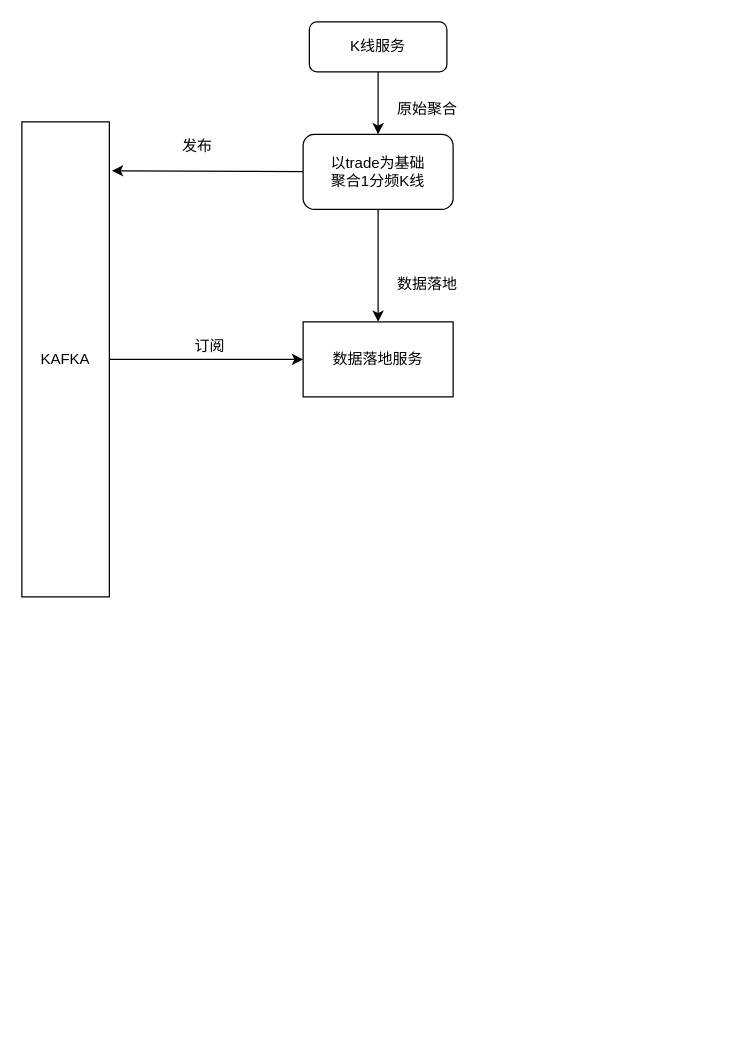
This is kline_flow.drawio from lishengze/go_market, a draw.io file, before an edit. Source tidied: cells renumbered, new cells numbered last; positions are measured from the earlier drawing's top-left corner, leaving out a move shared by most shapes. Both pictures are drawn from the tidied source at 125%, with x=0, y=0 at pixel (21, 21).
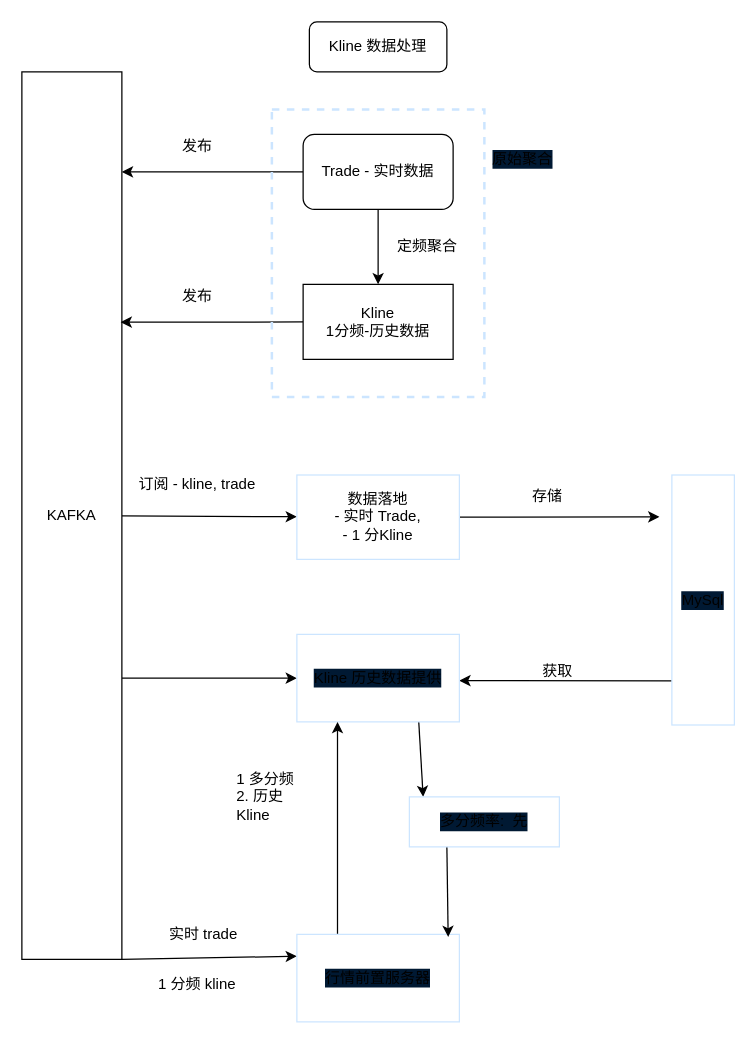
The same diagram, later.

Diff of the diagram source:
```diff
@@
-    <mxCell id="2" style="edgeStyle=none;html=1;entryX=0.5;entryY=0;entryDx=0;entryDy=0;" parent="1" edge="1" source="3" target="6">
-      <mxGeometry relative="1" as="geometry" />
-    </mxCell>
-    <mxCell id="3" value="K线服务" style="rounded=1;whiteSpace=wrap;html=1;" parent="1" vertex="1">
+    <mxCell id="3" value="Kline 数据处理" style="rounded=1;whiteSpace=wrap;html=1;" parent="1" vertex="1">
       <mxGeometry x="230" width="110" height="40" as="geometry" />
     </mxCell>
-    <mxCell id="4" style="edgeStyle=none;html=1;entryX=1.029;entryY=0.103;entryDx=0;entryDy=0;entryPerimeter=0;" parent="1" edge="1" source="6" target="9">
-      <mxGeometry relative="1" as="geometry" />
+    <mxCell id="4" style="edgeStyle=none;html=1;" parent="1" edge="1" source="6">
+      <mxGeometry relative="1" as="geometry">
+        <mxPoint x="80" y="120" as="targetPoint" />
+      </mxGeometry>
     </mxCell>
@@
-    <mxCell id="6" value="以trade为基础&lt;br&gt;聚合1分频K线" style="rounded=1;whiteSpace=wrap;html=1;" parent="1" vertex="1">
+    <mxCell id="6" value="Trade - 实时数据" style="rounded=1;whiteSpace=wrap;html=1;" parent="1" vertex="1">
       <mxGeometry x="225" y="90" width="120" height="60" as="geometry" />
     </mxCell>
-    <mxCell id="7" value="原始聚合" style="text;html=1;align=center;verticalAlign=middle;strokeColor=none;fillColor=none;" parent="1" vertex="1">
-      <mxGeometry x="294" y="60" width="60" height="20" as="geometry" />
-    </mxCell>
-    <mxCell id="8" style="edgeStyle=none;html=1;exitX=1;exitY=0.5;exitDx=0;exitDy=0;entryX=0;entryY=0.5;entryDx=0;entryDy=0;" parent="1" edge="1" source="9" target="11">
-      <mxGeometry relative="1" as="geometry" />
-    </mxCell>
+    <mxCell id="14" style="edgeStyle=none;html=1;fontColor=default;" parent="1" edge="1" source="9" target="20">
+      <mxGeometry relative="1" as="geometry" />
+    </mxCell>
+    <mxCell id="15" style="edgeStyle=none;html=1;exitX=1;exitY=0.683;exitDx=0;exitDy=0;entryX=0;entryY=0.5;entryDx=0;entryDy=0;fontColor=default;exitPerimeter=0;" parent="1" edge="1" source="9" target="26">
+      <mxGeometry relative="1" as="geometry" />
+    </mxCell>
+    <mxCell id="16" style="edgeStyle=none;html=1;fontColor=default;exitX=1;exitY=1;exitDx=0;exitDy=0;entryX=0;entryY=0.25;entryDx=0;entryDy=0;" parent="1" edge="1" source="9" target="29">
+      <mxGeometry relative="1" as="geometry" />
+    </mxCell>
     <mxCell id="9" value="KAFKA" style="whiteSpace=wrap;html=1;" parent="1" vertex="1">
-      <mxGeometry y="80" width="70" height="380" as="geometry" />
+      <mxGeometry y="40" width="80" height="710" as="geometry" />
     </mxCell>
@@
+    <mxCell id="17" style="edgeStyle=none;html=1;entryX=0.988;entryY=0.282;entryDx=0;entryDy=0;entryPerimeter=0;" parent="1" edge="1" source="11" target="9">
+      <mxGeometry relative="1" as="geometry" />
+    </mxCell>
-    <mxCell id="11" value="数据落地服务" style="whiteSpace=wrap;html=1;" parent="1" vertex="1">
-      <mxGeometry x="225" y="240" width="120" height="60" as="geometry" />
+    <mxCell id="11" value="Kline &lt;br&gt;1分频-历史数据" style="whiteSpace=wrap;html=1;" parent="1" vertex="1">
+      <mxGeometry x="225" y="210" width="120" height="60" as="geometry" />
     </mxCell>
-    <mxCell id="12" value="订阅" style="text;html=1;align=center;verticalAlign=middle;strokeColor=none;fillColor=none;" parent="1" vertex="1">
-      <mxGeometry x="130" y="250" width="40" height="20" as="geometry" />
+    <mxCell id="12" value="发布" style="text;html=1;align=center;verticalAlign=middle;strokeColor=none;fillColor=none;" parent="1" vertex="1">
+      <mxGeometry x="120" y="210" width="40" height="20" as="geometry" />
     </mxCell>
-    <mxCell id="13" value="数据落地" style="text;html=1;align=center;verticalAlign=middle;strokeColor=none;fillColor=none;" parent="1" vertex="1">
-      <mxGeometry x="294" y="200" width="60" height="20" as="geometry" />
+    <mxCell id="13" value="定频聚合" style="text;html=1;align=center;verticalAlign=middle;strokeColor=none;fillColor=none;" parent="1" vertex="1">
+      <mxGeometry x="294" y="170" width="60" height="20" as="geometry" />
     </mxCell>
+    <mxCell id="18" style="whiteSpace=wrap;html=1;fillColor=none;dashed=1;strokeColor=#CCE5FF;strokeWidth=2;" parent="1" vertex="1">
+      <mxGeometry x="200" y="70" width="170" height="230" as="geometry" />
+    </mxCell>
+    <mxCell id="7" value="原始聚合" style="text;html=1;align=center;verticalAlign=middle;strokeColor=none;fillColor=none;strokeWidth=2;labelBackgroundColor=#001933;" parent="1" vertex="1">
+      <mxGeometry x="370" y="100" width="60" height="20" as="geometry" />
+    </mxCell>
+    <mxCell id="19" style="edgeStyle=none;html=1;fontColor=default;" parent="1" edge="1" source="20">
+      <mxGeometry relative="1" as="geometry">
+        <mxPoint x="510" y="396" as="targetPoint" />
+      </mxGeometry>
+    </mxCell>
+    <mxCell id="20" value="数据落地&lt;br&gt;- 实时 Trade,&lt;br&gt;- 1 分Kline" style="rounded=0;whiteSpace=wrap;html=1;labelBackgroundColor=none;strokeColor=#CCE5FF;strokeWidth=1;fillColor=none;fontColor=default;" parent="1" vertex="1">
+      <mxGeometry x="220" y="362.5" width="130" height="67.5" as="geometry" />
+    </mxCell>
+    <mxCell id="21" value="订阅 - kline, trade" style="text;html=1;align=center;verticalAlign=middle;strokeColor=none;fillColor=none;fontColor=default;" parent="1" vertex="1">
+      <mxGeometry x="85" y="360" width="110" height="20" as="geometry" />
+    </mxCell>
+    <mxCell id="22" style="edgeStyle=none;html=1;exitX=0;exitY=0.823;exitDx=0;exitDy=0;fontColor=default;exitPerimeter=0;" parent="1" edge="1" source="23">
+      <mxGeometry relative="1" as="geometry">
+        <mxPoint x="350" y="527" as="targetPoint" />
+      </mxGeometry>
+    </mxCell>
+    <mxCell id="23" value="MySql" style="whiteSpace=wrap;html=1;labelBackgroundColor=#001933;fontColor=default;strokeColor=#CCE5FF;strokeWidth=1;fillColor=none;" parent="1" vertex="1">
+      <mxGeometry x="520" y="362.5" width="50" height="200" as="geometry" />
+    </mxCell>
+    <mxCell id="24" value="存储" style="text;html=1;align=center;verticalAlign=middle;strokeColor=none;fillColor=none;fontColor=default;" parent="1" vertex="1">
+      <mxGeometry x="400" y="370" width="40" height="20" as="geometry" />
+    </mxCell>
+    <mxCell id="25" style="edgeStyle=none;html=1;exitX=0.75;exitY=1;exitDx=0;exitDy=0;entryX=0.092;entryY=0;entryDx=0;entryDy=0;entryPerimeter=0;fontColor=default;" parent="1" edge="1" source="26" target="34">
+      <mxGeometry relative="1" as="geometry" />
+    </mxCell>
+    <mxCell id="26" value="Kline 历史数据提供" style="whiteSpace=wrap;html=1;labelBackgroundColor=#001933;fontColor=default;strokeColor=#CCE5FF;strokeWidth=1;fillColor=none;" parent="1" vertex="1">
+      <mxGeometry x="220" y="490" width="130" height="70" as="geometry" />
+    </mxCell>
+    <mxCell id="27" value="获取&amp;nbsp;" style="text;html=1;align=center;verticalAlign=middle;strokeColor=none;fillColor=none;fontColor=default;" parent="1" vertex="1">
+      <mxGeometry x="410" y="510" width="40" height="20" as="geometry" />
+    </mxCell>
+    <mxCell id="28" style="edgeStyle=none;html=1;exitX=0.25;exitY=0;exitDx=0;exitDy=0;entryX=0.25;entryY=1;entryDx=0;entryDy=0;fontColor=default;" parent="1" edge="1" source="29" target="26">
+      <mxGeometry relative="1" as="geometry" />
+    </mxCell>
+    <mxCell id="29" value="行情前置服务器" style="whiteSpace=wrap;html=1;labelBackgroundColor=#001933;fontColor=default;strokeColor=#CCE5FF;strokeWidth=1;fillColor=none;" parent="1" vertex="1">
+      <mxGeometry x="220" y="730" width="130" height="70" as="geometry" />
+    </mxCell>
+    <mxCell id="30" value="1 多分频&lt;br&gt;&lt;div&gt;&lt;span&gt;2. 历史&amp;nbsp;&lt;/span&gt;&lt;/div&gt;&lt;div&gt;&lt;span&gt;Kline&lt;/span&gt;&lt;/div&gt;" style="text;html=1;align=left;verticalAlign=middle;strokeColor=none;fillColor=none;fontColor=default;" parent="1" vertex="1">
+      <mxGeometry x="170" y="595" width="60" height="50" as="geometry" />
+    </mxCell>
+    <mxCell id="31" value="实时 trade" style="text;html=1;align=center;verticalAlign=middle;strokeColor=none;fillColor=none;fontColor=default;" parent="1" vertex="1">
+      <mxGeometry x="110" y="720" width="70" height="20" as="geometry" />
+    </mxCell>
+    <mxCell id="32" value="1 分频 kline" style="text;html=1;align=center;verticalAlign=middle;strokeColor=none;fillColor=none;fontColor=default;" parent="1" vertex="1">
+      <mxGeometry x="100" y="760" width="80" height="20" as="geometry" />
+    </mxCell>
+    <mxCell id="33" style="edgeStyle=none;html=1;exitX=0.25;exitY=1;exitDx=0;exitDy=0;fontColor=default;entryX=0.931;entryY=0.029;entryDx=0;entryDy=0;entryPerimeter=0;" parent="1" edge="1" source="34" target="29">
+      <mxGeometry relative="1" as="geometry" />
+    </mxCell>
+    <mxCell id="34" value="多分频率:&amp;nbsp; 先" style="whiteSpace=wrap;html=1;labelBackgroundColor=#001933;fontColor=default;strokeColor=#CCE5FF;strokeWidth=1;fillColor=none;" parent="1" vertex="1">
+      <mxGeometry x="310" y="620" width="120" height="40" as="geometry" />
+    </mxCell>
```
